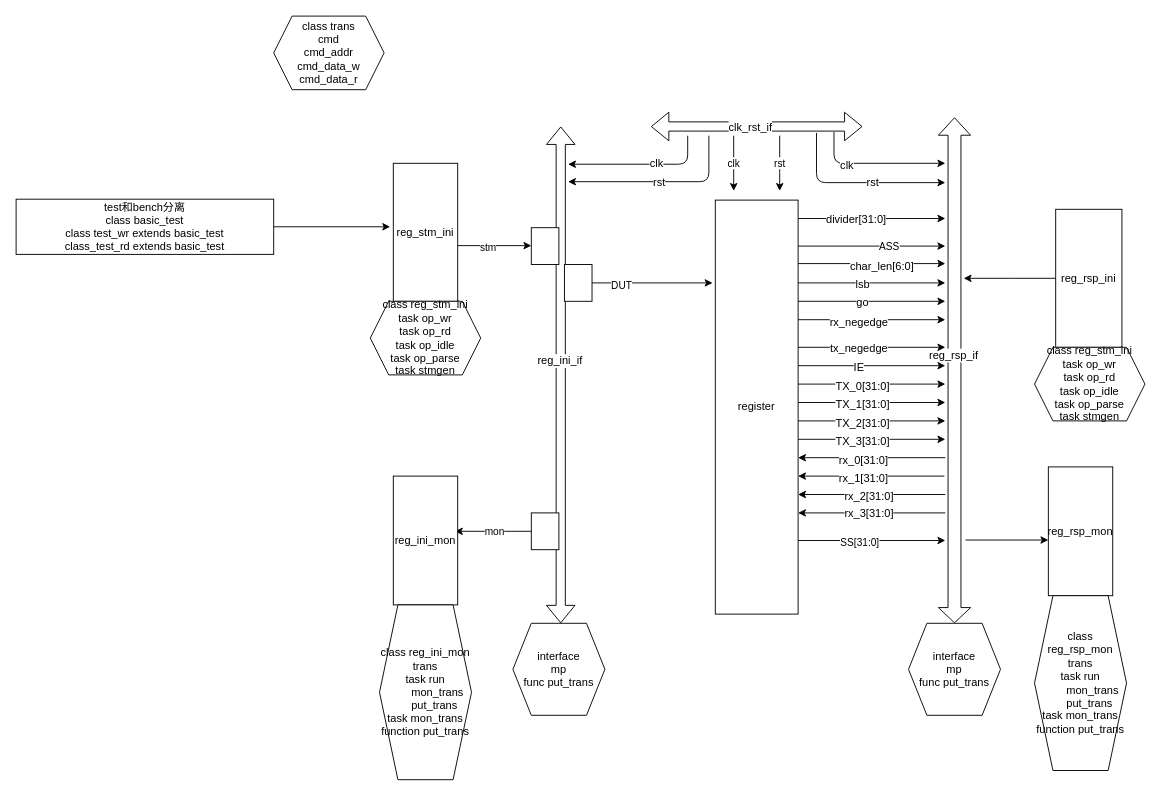
Above: 寄存器读写验证.drawio in ghr12345/firsttest (draw.io), before the change. Source tidied: cells renumbered, new cells numbered last; positions are measured from the earlier drawing's top-left corner, leaving out a move shared by most shapes. Both pictures are drawn from the tidied source at 92%, with x=0, y=0 at pixel (16, 16).
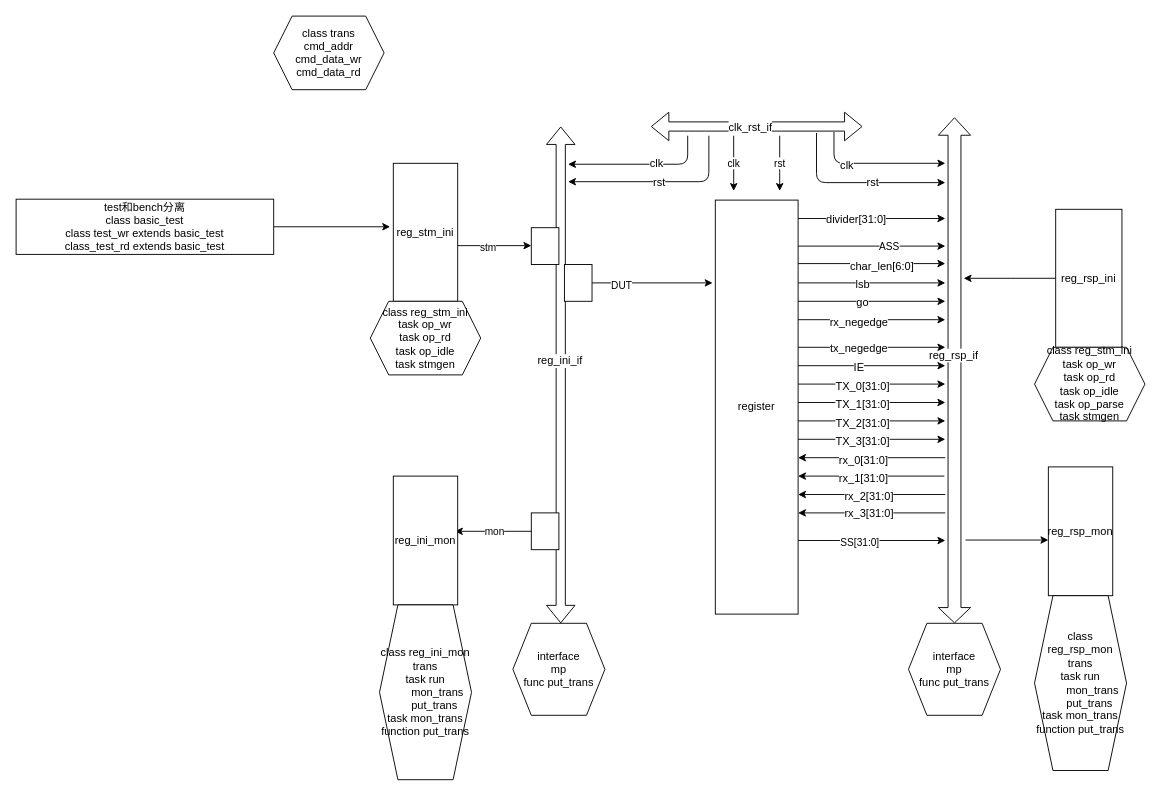
The same page after the edit.

Commit message:
更新寄存器读写验证.drawio

The edit, as a diff of the source:
```diff
@@
-    <mxCell id="57" value="class reg_stm_ini&lt;br&gt;task op_wr&lt;br&gt;task op_rd&lt;br&gt;task op_idle&lt;br&gt;task op_parse&lt;br&gt;task stmgen" style="shape=hexagon;perimeter=hexagonPerimeter2;whiteSpace=wrap;html=1;fixedSize=1;rounded=0;" parent="1" vertex="1">
+    <mxCell id="57" value="class reg_stm_ini&lt;br&gt;task op_wr&lt;br&gt;task op_rd&lt;br&gt;task op_idle&lt;br&gt;task stmgen" style="shape=hexagon;perimeter=hexagonPerimeter2;whiteSpace=wrap;html=1;fixedSize=1;rounded=0;" parent="1" vertex="1">
       <mxGeometry x="385" y="310" width="120" height="80" as="geometry" />
     </mxCell>
-    <mxCell id="58" value="class trans&lt;br&gt;cmd&lt;br&gt;cmd_addr&lt;br&gt;cmd_data_w&lt;br&gt;cmd_data_r" style="shape=hexagon;perimeter=hexagonPerimeter2;whiteSpace=wrap;html=1;fixedSize=1;" parent="1" vertex="1">
+    <mxCell id="58" value="class trans&lt;br&gt;cmd_addr&lt;br&gt;cmd_data_wr&lt;br&gt;cmd_data_rd" style="shape=hexagon;perimeter=hexagonPerimeter2;whiteSpace=wrap;html=1;fixedSize=1;" parent="1" vertex="1">
       <mxGeometry x="280" width="120" height="80" as="geometry" />
     </mxCell>
```
